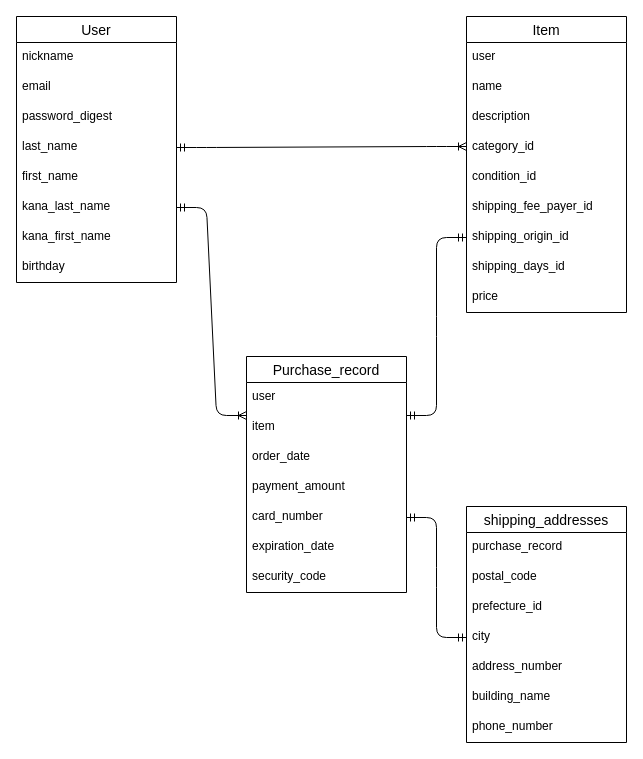
Above: furimaERD.dio in Yokko405/furima-40407 (draw.io), before the change. Source tidied: cells renumbered, new cells numbered last; positions are measured from the earlier drawing's top-left corner, leaving out a move shared by most shapes. Both pictures are drawn from the tidied source at 100%, with x=0, y=0 at pixel (16, 16).
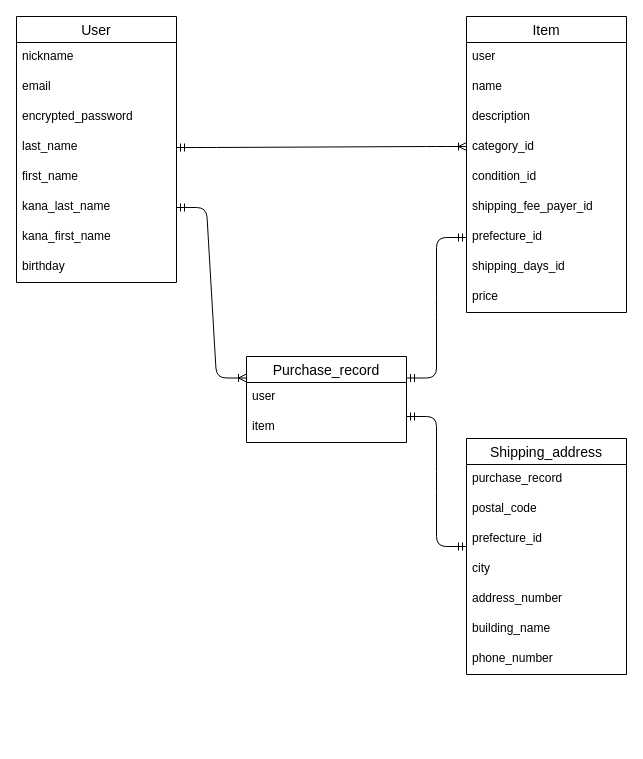
The same page after the edit.

Commit message (it also covers changes not shown here):
データベース設計PR修正2

1.アソシエーションの追加：READMEにアソシエーションを追加。

2.カラムの削除: order_date、payment_amount、card_number、expiration_date、security_codeのカラムをpurchase_recordsテーブルから削除。

3.カラム名の兼用: itemsテーブルのprefecture_idカラムをshipping_addressesテーブルで兼用。

4.任意入力のカラム変更: building_nameカラムのnull: false制約を削除。

The change refers to these unchanged cells:
```xml
<mxCell id="2" value="User" style="swimlane;fontStyle=0;horizontal=1;startSize=26;align=center;fontSize=14;" parent="1" vertex="1">
  <mxGeometry width="160" height="266" as="geometry" />
</mxCell>
<mxCell id="11" value="Item" style="swimlane;fontStyle=0;horizontal=1;startSize=26;align=center;fontSize=14;" parent="1" vertex="1">
  <mxGeometry x="450" width="160" height="296" as="geometry" />
</mxCell>
<mxCell id="36" value="city" style="text;strokeColor=none;fillColor=none;spacingLeft=4;spacingRight=4;overflow=hidden;points=[[0,0.5],[1,0.5]];portConstraint=eastwest;fontSize=12;" parent="32" vertex="1">
  <mxGeometry y="116" width="160" height="30" as="geometry" />
</mxCell>
```

What changed in the source:
```diff
@@
-    <mxCell id="5" value="password_digest" style="text;strokeColor=none;fillColor=none;spacingLeft=4;spacingRight=4;overflow=hidden;fontSize=12;" parent="2" vertex="1">
+    <mxCell id="5" value="encrypted_password" style="text;strokeColor=none;fillColor=none;spacingLeft=4;spacingRight=4;overflow=hidden;fontSize=12;" parent="2" vertex="1">
       <mxGeometry y="86" width="160" height="30" as="geometry" />
     </mxCell>
@@
-    <mxCell id="18" value="shipping_origin_id" style="text;strokeColor=none;fillColor=none;spacingLeft=4;spacingRight=4;overflow=hidden;points=[[0,0.5],[1,0.5]];portConstraint=eastwest;fontSize=12;" parent="11" vertex="1">
+    <mxCell id="18" value="prefecture_id" style="text;strokeColor=none;fillColor=none;spacingLeft=4;spacingRight=4;overflow=hidden;points=[[0,0.5],[1,0.5]];portConstraint=eastwest;fontSize=12;" parent="11" vertex="1">
       <mxGeometry y="206" width="160" height="30" as="geometry" />
     </mxCell>
@@
     <mxCell id="21" value="Purchase_record" style="swimlane;fontStyle=0;horizontal=1;startSize=26;align=center;fontSize=14;" parent="1" vertex="1">
-      <mxGeometry x="230" y="340" width="160" height="236" as="geometry" />
+      <mxGeometry x="230" y="340" width="160" height="86" as="geometry" />
     </mxCell>
@@
-    <mxCell id="24" value="order_date" style="text;strokeColor=none;fillColor=none;spacingLeft=4;spacingRight=4;overflow=hidden;fontSize=12;" parent="21" vertex="1">
-      <mxGeometry y="86" width="160" height="30" as="geometry" />
-    </mxCell>
-    <mxCell id="25" value="payment_amount" style="text;strokeColor=none;fillColor=none;spacingLeft=4;spacingRight=4;overflow=hidden;fontSize=12;" parent="21" vertex="1">
-      <mxGeometry y="116" width="160" height="30" as="geometry" />
-    </mxCell>
-    <mxCell id="26" value="card_number" style="text;strokeColor=none;fillColor=none;spacingLeft=4;spacingRight=4;overflow=hidden;points=[[0,0.5],[1,0.5]];portConstraint=eastwest;fontSize=12;" parent="21" vertex="1">
-      <mxGeometry y="146" width="160" height="30" as="geometry" />
-    </mxCell>
-    <mxCell id="27" value="expiration_date" style="text;strokeColor=none;fillColor=none;spacingLeft=4;spacingRight=4;overflow=hidden;fontSize=12;" parent="21" vertex="1">
-      <mxGeometry y="176" width="160" height="30" as="geometry" />
-    </mxCell>
-    <mxCell id="28" value="security_code" style="text;strokeColor=none;fillColor=none;spacingLeft=4;spacingRight=4;overflow=hidden;fontSize=12;" parent="21" vertex="1">
-      <mxGeometry y="206" width="160" height="30" as="geometry" />
-    </mxCell>
@@
-    <mxCell id="32" value="shipping_addresses" style="swimlane;fontStyle=0;horizontal=1;startSize=26;align=center;fontSize=14;" parent="1" vertex="1">
-      <mxGeometry x="450" y="490" width="160" height="236" as="geometry" />
+    <mxCell id="32" value="Shipping_address" style="swimlane;fontStyle=0;horizontal=1;startSize=26;align=center;fontSize=14;" parent="1" vertex="1">
+      <mxGeometry x="450" y="422" width="160" height="236" as="geometry" />
     </mxCell>
@@
-    <mxCell id="40" style="edgeStyle=entityRelationEdgeStyle;fontSize=12;html=1;endArrow=ERmandOne;startArrow=ERmandOne;exitX=1;exitY=0.5;exitDx=0;exitDy=0;entryX=0;entryY=0.5;entryDx=0;entryDy=0;" parent="1" edge="1" source="26" target="36">
-      <mxGeometry relative="1" as="geometry" />
+    <mxCell id="40" style="edgeStyle=entityRelationEdgeStyle;fontSize=12;html=1;endArrow=ERmandOne;startArrow=ERmandOne;" parent="1" edge="1">
+      <mxGeometry relative="1" as="geometry">
+        <mxPoint x="390" y="400" as="sourcePoint" />
+        <mxPoint x="450" y="530" as="targetPoint" />
+      </mxGeometry>
     </mxCell>
```
